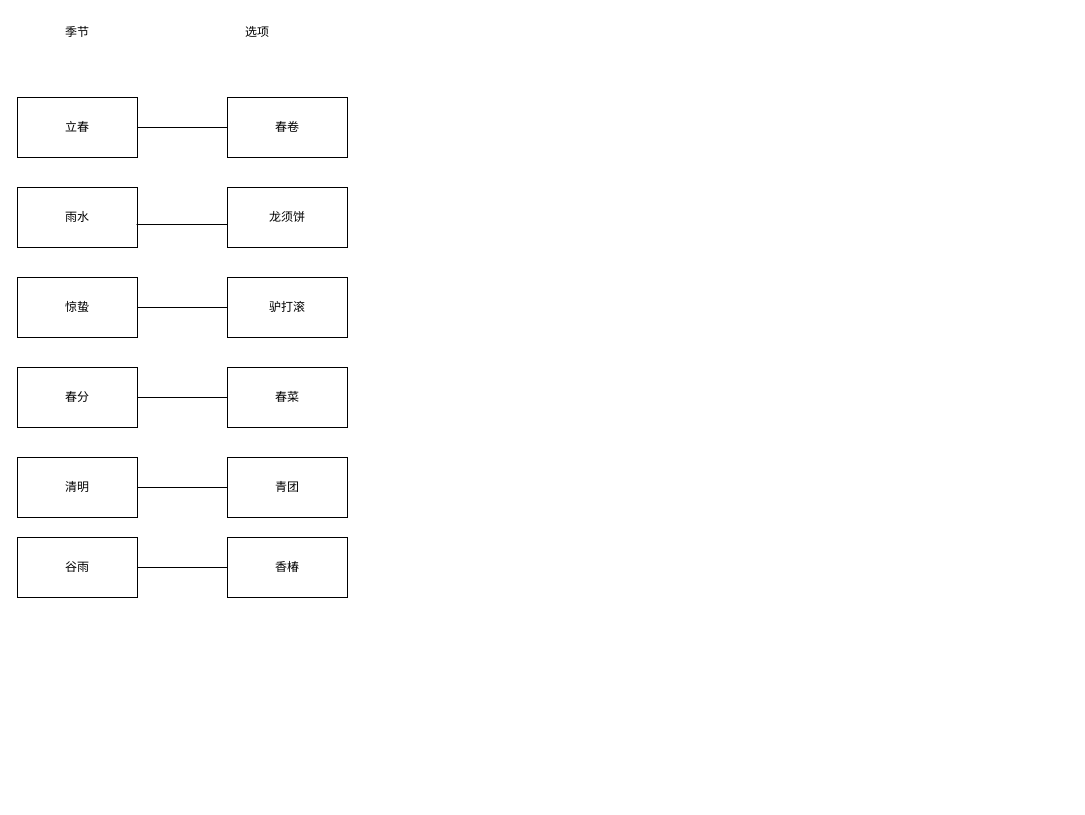
Above: Test.drawio in 2439905184/old_blog (draw.io), before the change. Source tidied: cells renumbered, new cells numbered last; positions are measured from the earlier drawing's top-left corner, leaving out a move shared by most shapes. Both pictures are drawn from the tidied source at 100%, with x=0, y=0 at pixel (17, 17).
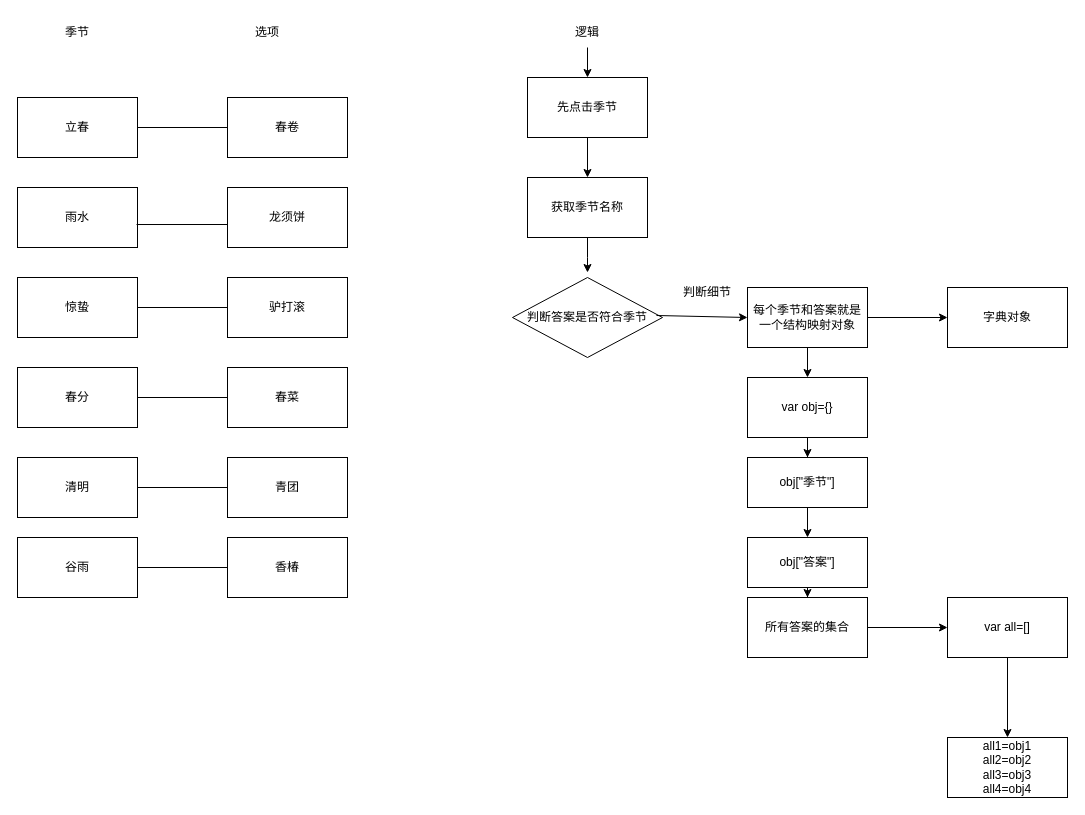
Above is the later version.

Commit message:
添加代码逻辑

Diff of the diagram source:
```diff
@@
     <mxCell id="7" value="选项" style="text;html=1;strokeColor=none;fillColor=none;align=center;verticalAlign=middle;whiteSpace=wrap;rounded=0;" parent="1" vertex="1">
-      <mxGeometry x="210" width="60" height="30" as="geometry" />
+      <mxGeometry x="220" width="60" height="30" as="geometry" />
     </mxCell>
@@
+    <mxCell id="22" value="逻辑" style="text;html=1;strokeColor=none;fillColor=none;align=center;verticalAlign=middle;whiteSpace=wrap;rounded=0;" parent="1" vertex="1">
+      <mxGeometry x="540" width="60" height="30" as="geometry" />
+    </mxCell>
+    <mxCell id="23" value="先点击季节" style="rounded=0;whiteSpace=wrap;html=1;" parent="1" vertex="1">
+      <mxGeometry x="510" y="60" width="120" height="60" as="geometry" />
+    </mxCell>
+    <mxCell id="24" style="endArrow=classic;html=1;rounded=0;exitX=0.5;exitY=1;exitDx=0;exitDy=0;" parent="1" edge="1" source="22">
+      <mxGeometry relative="1" as="geometry">
+        <mxPoint x="570" y="60" as="targetPoint" />
+      </mxGeometry>
+    </mxCell>
+    <mxCell id="25" style="edgeStyle=orthogonalEdgeStyle;rounded=0;jettySize=auto;html=1;" parent="1" edge="1" source="26">
+      <mxGeometry relative="1" as="geometry">
+        <mxPoint x="570" y="255" as="targetPoint" />
+      </mxGeometry>
+    </mxCell>
+    <mxCell id="26" value="获取季节名称" style="rounded=0;whiteSpace=wrap;html=1;" parent="1" vertex="1">
+      <mxGeometry x="510" y="160" width="120" height="60" as="geometry" />
+    </mxCell>
+    <mxCell id="27" style="endArrow=classic;html=1;rounded=0;exitX=0.5;exitY=1;exitDx=0;exitDy=0;entryX=0.5;entryY=0;entryDx=0;entryDy=0;" parent="1" edge="1" source="23" target="26">
+      <mxGeometry relative="1" as="geometry" />
+    </mxCell>
+    <mxCell id="28" value="&lt;span&gt;判断答案是否符合季节&lt;/span&gt;" style="rhombus;whiteSpace=wrap;html=1;" parent="1" vertex="1">
+      <mxGeometry x="495" y="260" width="150" height="80" as="geometry" />
+    </mxCell>
+    <mxCell id="29" style="edgeStyle=orthogonalEdgeStyle;rounded=0;jettySize=auto;html=1;" parent="1" edge="1" source="31" target="35">
+      <mxGeometry relative="1" as="geometry" />
+    </mxCell>
+    <mxCell id="30" style="edgeStyle=orthogonalEdgeStyle;rounded=0;jettySize=auto;html=1;" parent="1" edge="1" source="31" target="36">
+      <mxGeometry relative="1" as="geometry" />
+    </mxCell>
+    <mxCell id="31" value="每个季节和答案就是一个结构映射对象" style="rounded=0;whiteSpace=wrap;html=1;" parent="1" vertex="1">
+      <mxGeometry x="730" y="270" width="120" height="60" as="geometry" />
+    </mxCell>
+    <mxCell id="32" style="endArrow=classic;html=1;rounded=0;exitX=0.96;exitY=0.475;exitDx=0;exitDy=0;exitPerimeter=0;entryX=0;entryY=0.5;entryDx=0;entryDy=0;" parent="1" edge="1" source="28" target="31">
+      <mxGeometry relative="1" as="geometry" />
+    </mxCell>
+    <mxCell id="33" value="判断细节" style="text;html=1;strokeColor=none;fillColor=none;align=center;verticalAlign=middle;whiteSpace=wrap;rounded=0;" parent="1" vertex="1">
+      <mxGeometry x="660" y="260" width="60" height="30" as="geometry" />
+    </mxCell>
+    <mxCell id="34" style="edgeStyle=orthogonalEdgeStyle;rounded=0;jettySize=auto;html=1;" parent="1" edge="1" source="35" target="38">
+      <mxGeometry relative="1" as="geometry" />
+    </mxCell>
+    <mxCell id="35" value="var obj={}" style="whiteSpace=wrap;html=1;rounded=0;" parent="1" vertex="1">
+      <mxGeometry x="730" y="360" width="120" height="60" as="geometry" />
+    </mxCell>
+    <mxCell id="36" value="字典对象" style="rounded=0;whiteSpace=wrap;html=1;" parent="1" vertex="1">
+      <mxGeometry x="930" y="270" width="120" height="60" as="geometry" />
+    </mxCell>
+    <mxCell id="37" style="edgeStyle=orthogonalEdgeStyle;rounded=0;jettySize=auto;html=1;" parent="1" edge="1" source="38" target="40">
+      <mxGeometry relative="1" as="geometry" />
+    </mxCell>
+    <mxCell id="38" value="obj[&quot;季节&quot;]" style="whiteSpace=wrap;html=1;rounded=0;" parent="1" vertex="1">
+      <mxGeometry x="730" y="440" width="120" height="50" as="geometry" />
+    </mxCell>
+    <mxCell id="39" style="edgeStyle=orthogonalEdgeStyle;rounded=0;jettySize=auto;html=1;" parent="1" edge="1" source="40" target="42">
+      <mxGeometry relative="1" as="geometry" />
+    </mxCell>
+    <mxCell id="40" value="obj[&quot;答案&quot;]" style="whiteSpace=wrap;html=1;rounded=0;" parent="1" vertex="1">
+      <mxGeometry x="730" y="520" width="120" height="50" as="geometry" />
+    </mxCell>
+    <mxCell id="41" style="edgeStyle=orthogonalEdgeStyle;rounded=0;jettySize=auto;html=1;" parent="1" edge="1" source="42" target="44">
+      <mxGeometry relative="1" as="geometry" />
+    </mxCell>
+    <mxCell id="42" value="所有答案的集合" style="whiteSpace=wrap;html=1;rounded=0;" parent="1" vertex="1">
+      <mxGeometry x="730" y="580" width="120" height="60" as="geometry" />
+    </mxCell>
+    <mxCell id="43" style="edgeStyle=orthogonalEdgeStyle;rounded=0;jettySize=auto;html=1;" parent="1" edge="1" source="44" target="45">
+      <mxGeometry relative="1" as="geometry" />
+    </mxCell>
+    <mxCell id="44" value="var all=[]" style="whiteSpace=wrap;html=1;rounded=0;" parent="1" vertex="1">
+      <mxGeometry x="930" y="580" width="120" height="60" as="geometry" />
+    </mxCell>
+    <mxCell id="45" value="all1=obj1&lt;br&gt;all2=obj2&lt;br&gt;all3=obj3&lt;br&gt;all4=obj4" style="whiteSpace=wrap;html=1;rounded=0;" parent="1" vertex="1">
+      <mxGeometry x="930" y="720" width="120" height="60" as="geometry" />
+    </mxCell>
```
